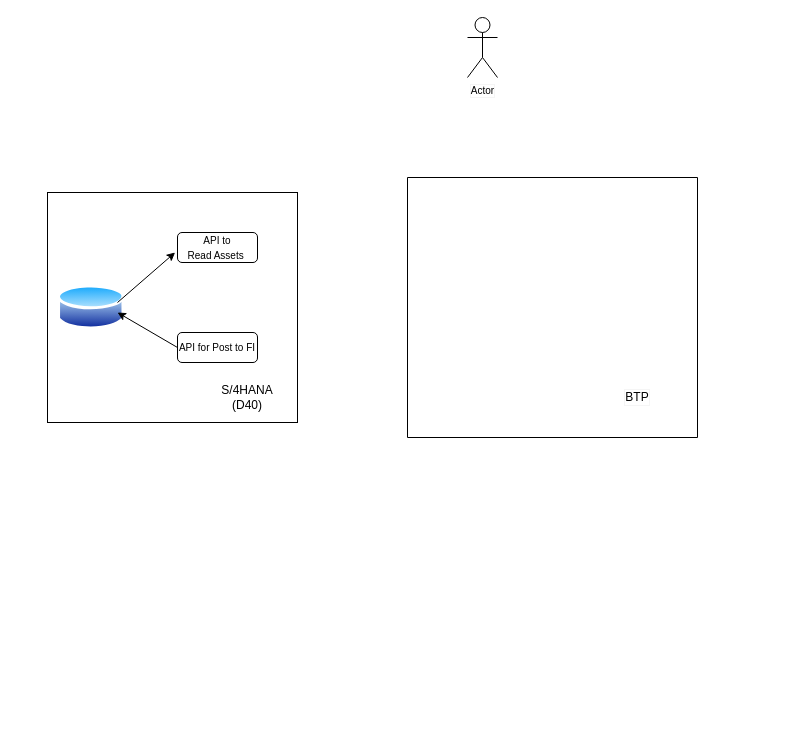
Above: BTP Architecture.drawio in sundeepsethi/sundeep (draw.io), before the change. Source tidied: cells renumbered, new cells numbered last; positions are measured from the earlier drawing's top-left corner, leaving out a move shared by most shapes. Both pictures are drawn from the tidied source at 100%, with x=0, y=0 at pixel (47, 17). Pictures stored in the file or linked from it are replaced by grey dashed boxes.
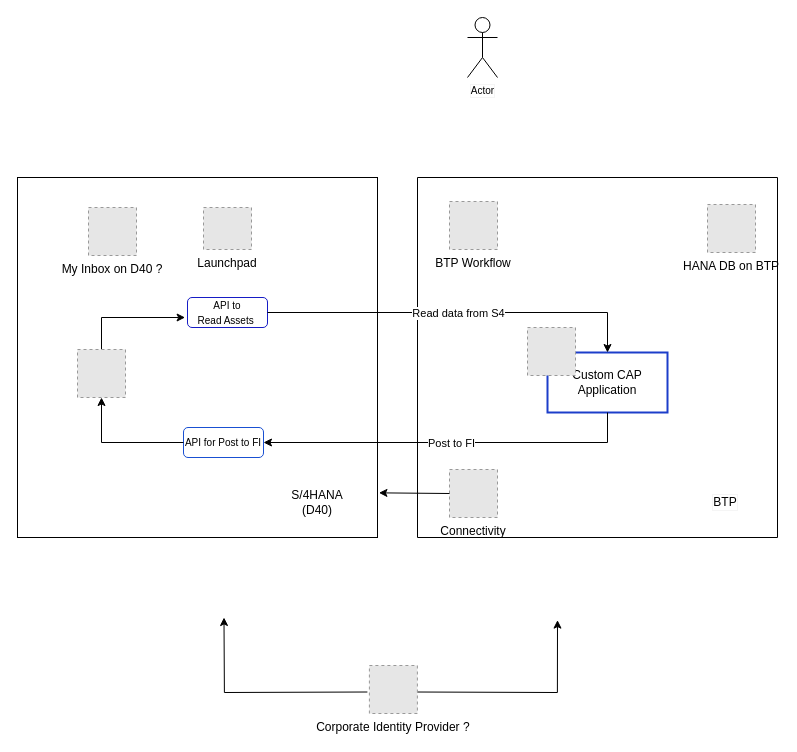
Above is the later version.

What changed in the source:
```diff
@@
     <mxCell id="2" style="rounded=0;whiteSpace=wrap;html=1;" parent="1" vertex="1">
-      <mxGeometry y="175" width="250" height="230" as="geometry" />
+      <mxGeometry x="-30" y="160" width="360" height="360" as="geometry" />
     </mxCell>
     <mxCell id="3" style="verticalLabelPosition=bottom;verticalAlign=top;html=1;shape=mxgraph.basic.rect;fillColor2=none;strokeWidth=1;size=20;indent=5;" parent="1" vertex="1">
-      <mxGeometry x="360" y="160" width="290" height="260" as="geometry" />
+      <mxGeometry x="370" y="160" width="360" height="360" as="geometry" />
     </mxCell>
     <mxCell id="4" value="BTP" style="text;html=1;strokeColor=none;fillColor=none;align=center;verticalAlign=middle;whiteSpace=wrap;rounded=0;labelBorderColor=#f5f5f5;labelBackgroundColor=default;fontColor=default;" parent="1" vertex="1">
-      <mxGeometry x="550" y="365" width="80" height="30" as="geometry" />
+      <mxGeometry x="638" y="470" width="80" height="30" as="geometry" />
     </mxCell>
-    <mxCell id="5" style="perimeter=ellipsePerimeter;html=1;align=center;shadow=0;dashed=0;spacingTop=3;image;image=img/lib/active_directory/database.svg;" parent="1" vertex="1">
-      <mxGeometry x="10" y="265" width="67.6" height="50" as="geometry" />
-    </mxCell>
-    <mxCell id="6" value="&lt;font style=&quot;font-size: 10px;&quot;&gt;API for Post to FI&lt;/font&gt;" style="rounded=1;whiteSpace=wrap;html=1;" parent="1" vertex="1">
-      <mxGeometry x="130" y="315" width="80" height="30" as="geometry" />
+    <mxCell id="6" value="&lt;font style=&quot;font-size: 10px;&quot;&gt;API for Post to FI&lt;/font&gt;" style="rounded=1;whiteSpace=wrap;html=1;strokeColor=#1950d2;" parent="1" vertex="1">
+      <mxGeometry x="136" y="410" width="80" height="30" as="geometry" />
     </mxCell>
-    <mxCell id="7" style="endArrow=classic;html=1;rounded=0;fontSize=10;" parent="1" edge="1">
+    <mxCell id="7" style="endArrow=classic;html=1;rounded=0;fontSize=10;exitX=0.5;exitY=0;exitDx=0;exitDy=0;" parent="1" edge="1" source="20">
       <mxGeometry relative="1" as="geometry">
-        <mxPoint x="70" y="285" as="sourcePoint" />
-        <mxPoint x="127.6" y="235" as="targetPoint" />
+        <mxPoint x="137.6" y="300" as="targetPoint" />
+        <Array as="points">
+          <mxPoint x="54" y="300" />
+        </Array>
       </mxGeometry>
     </mxCell>
-    <mxCell id="8" style="endArrow=classic;html=1;rounded=0;fontSize=10;exitX=0;exitY=0.5;exitDx=0;exitDy=0;" parent="1" edge="1" source="6">
+    <mxCell id="8" style="endArrow=classic;html=1;rounded=0;fontSize=10;exitX=0;exitY=0.5;exitDx=0;exitDy=0;entryX=0.5;entryY=1;entryDx=0;entryDy=0;" parent="1" edge="1" source="6" target="20">
       <mxGeometry relative="1" as="geometry">
-        <mxPoint x="70" y="295" as="targetPoint" />
+        <Array as="points">
+          <mxPoint x="54" y="425" />
+        </Array>
       </mxGeometry>
     </mxCell>
-    <mxCell id="9" value="&lt;font style=&quot;font-size: 10px;&quot;&gt;API to &lt;br&gt;Read Assets&amp;nbsp;&lt;/font&gt;" style="rounded=1;whiteSpace=wrap;html=1;" parent="1" vertex="1">
-      <mxGeometry x="130" y="215" width="80" height="30" as="geometry" />
+    <mxCell id="9" value="&lt;font style=&quot;font-size: 10px;&quot;&gt;API to &lt;br&gt;Read Assets&amp;nbsp;&lt;/font&gt;" style="rounded=1;whiteSpace=wrap;html=1;strokeColor=#161cc5;" parent="1" vertex="1">
+      <mxGeometry x="140" y="280" width="80" height="30" as="geometry" />
     </mxCell>
     <mxCell id="10" value="S/4HANA (D40)" style="text;html=1;strokeColor=none;fillColor=none;align=center;verticalAlign=middle;whiteSpace=wrap;rounded=0;" parent="1" vertex="1">
-      <mxGeometry x="170" y="365" width="60" height="30" as="geometry" />
+      <mxGeometry x="240" y="470" width="60" height="30" as="geometry" />
     </mxCell>
@@
+    <mxCell id="12" value="Launchpad" style="fillColor=#E6E6E6;strokeColor=#999999;dashed=1;verticalLabelPosition=bottom;verticalAlign=top;" parent="1" vertex="1">
+      <mxGeometry x="156" y="190" width="48" height="42" as="geometry" />
+    </mxCell>
+    <mxCell id="13" value="Custom CAP Application" style="rounded=0;whiteSpace=wrap;html=1;strokeWidth=2;strokeColor=#1c3eca;" parent="1" vertex="1">
+      <mxGeometry x="500" y="335" width="120" height="60" as="geometry" />
+    </mxCell>
+    <mxCell id="14" style="fillColor=#E6E6E6;strokeColor=#999999;dashed=1;verticalLabelPosition=bottom;verticalAlign=top;" parent="1" vertex="1">
+      <mxGeometry x="480" y="310" width="48" height="48" as="geometry" />
+    </mxCell>
+    <mxCell id="15" value="BTP Workflow" style="fillColor=#E6E6E6;strokeColor=#999999;dashed=1;verticalLabelPosition=bottom;verticalAlign=top;" parent="1" vertex="1">
+      <mxGeometry x="402" y="184" width="48" height="48" as="geometry" />
+    </mxCell>
+    <mxCell id="16" value="Connectivity" style="fillColor=#E6E6E6;strokeColor=#999999;dashed=1;verticalLabelPosition=bottom;verticalAlign=top;" parent="1" vertex="1">
+      <mxGeometry x="402" y="452" width="48" height="48" as="geometry" />
+    </mxCell>
+    <mxCell id="17" style="endArrow=classic;html=1;rounded=0;exitX=0;exitY=0.5;exitDx=0;exitDy=0;entryX=0.535;entryY=1.007;entryDx=0;entryDy=0;entryPerimeter=0;" parent="1" edge="1">
+      <mxGeometry relative="1" as="geometry">
+        <mxPoint x="319.9" y="674.5" as="sourcePoint" />
+        <mxPoint x="176.5" y="600" as="targetPoint" />
+        <Array as="points">
+          <mxPoint x="176.9" y="675" />
+        </Array>
+      </mxGeometry>
+    </mxCell>
+    <mxCell id="18" style="endArrow=classic;html=1;rounded=0;exitX=1;exitY=0.5;exitDx=0;exitDy=0;entryX=0.483;entryY=1.016;entryDx=0;entryDy=0;entryPerimeter=0;" parent="1" edge="1">
+      <mxGeometry relative="1" as="geometry">
+        <mxPoint x="367.9" y="674.5" as="sourcePoint" />
+        <mxPoint x="510" y="602.6" as="targetPoint" />
+        <Array as="points">
+          <mxPoint x="509.9" y="675" />
+        </Array>
+      </mxGeometry>
+    </mxCell>
+    <mxCell id="19" value="Corporate Identity Provider ?" style="fillColor=#E6E6E6;strokeColor=#999999;dashed=1;verticalLabelPosition=bottom;verticalAlign=top;" parent="1" vertex="1">
+      <mxGeometry x="321.9" y="648" width="48" height="48" as="geometry" />
+    </mxCell>
+    <mxCell id="20" style="fillColor=#E6E6E6;strokeColor=#999999;dashed=1;verticalLabelPosition=bottom;verticalAlign=top;" parent="1" vertex="1">
+      <mxGeometry x="30" y="332" width="48" height="48" as="geometry" />
+    </mxCell>
+    <mxCell id="21" value="HANA DB on BTP" style="fillColor=#E6E6E6;strokeColor=#999999;dashed=1;verticalLabelPosition=bottom;verticalAlign=top;" parent="1" vertex="1">
+      <mxGeometry x="660" y="187" width="48" height="48" as="geometry" />
+    </mxCell>
+    <mxCell id="22" value="My Inbox on D40 ?" style="fillColor=#E6E6E6;strokeColor=#999999;dashed=1;verticalLabelPosition=bottom;verticalAlign=top;" parent="1" vertex="1">
+      <mxGeometry x="41" y="190" width="48" height="48" as="geometry" />
+    </mxCell>
+    <mxCell id="23" style="endArrow=classic;html=1;rounded=0;exitX=0;exitY=0.5;exitDx=0;exitDy=0;entryX=1.004;entryY=0.876;entryDx=0;entryDy=0;entryPerimeter=0;" parent="1" edge="1" source="16" target="2">
+      <mxGeometry relative="1" as="geometry" />
+    </mxCell>
+    <mxCell id="24" style="endArrow=classic;html=1;rounded=0;exitX=1;exitY=0.5;exitDx=0;exitDy=0;entryX=0.5;entryY=0;entryDx=0;entryDy=0;" parent="1" edge="1" source="9" target="13">
+      <mxGeometry relative="1" as="geometry">
+        <Array as="points">
+          <mxPoint x="560" y="295" />
+        </Array>
+      </mxGeometry>
+    </mxCell>
+    <mxCell id="25" value="Read data from S4" style="edgeLabel;html=1;align=center;verticalAlign=middle;strokeColor=#1950d2;strokeWidth=2;" parent="24" vertex="1">
+      <mxGeometry relative="1" as="geometry" />
+    </mxCell>
+    <mxCell id="26" style="endArrow=classic;html=1;rounded=0;entryX=1;entryY=0.5;entryDx=0;entryDy=0;exitX=0.5;exitY=1;exitDx=0;exitDy=0;" parent="1" edge="1" source="13" target="6">
+      <mxGeometry relative="1" as="geometry">
+        <Array as="points">
+          <mxPoint x="560" y="425" />
+        </Array>
+      </mxGeometry>
+    </mxCell>
+    <mxCell id="27" value="Post to FI" style="edgeLabel;html=1;align=center;verticalAlign=middle;strokeColor=#1950d2;strokeWidth=2;" parent="26" vertex="1">
+      <mxGeometry relative="1" as="geometry" />
+    </mxCell>
```
